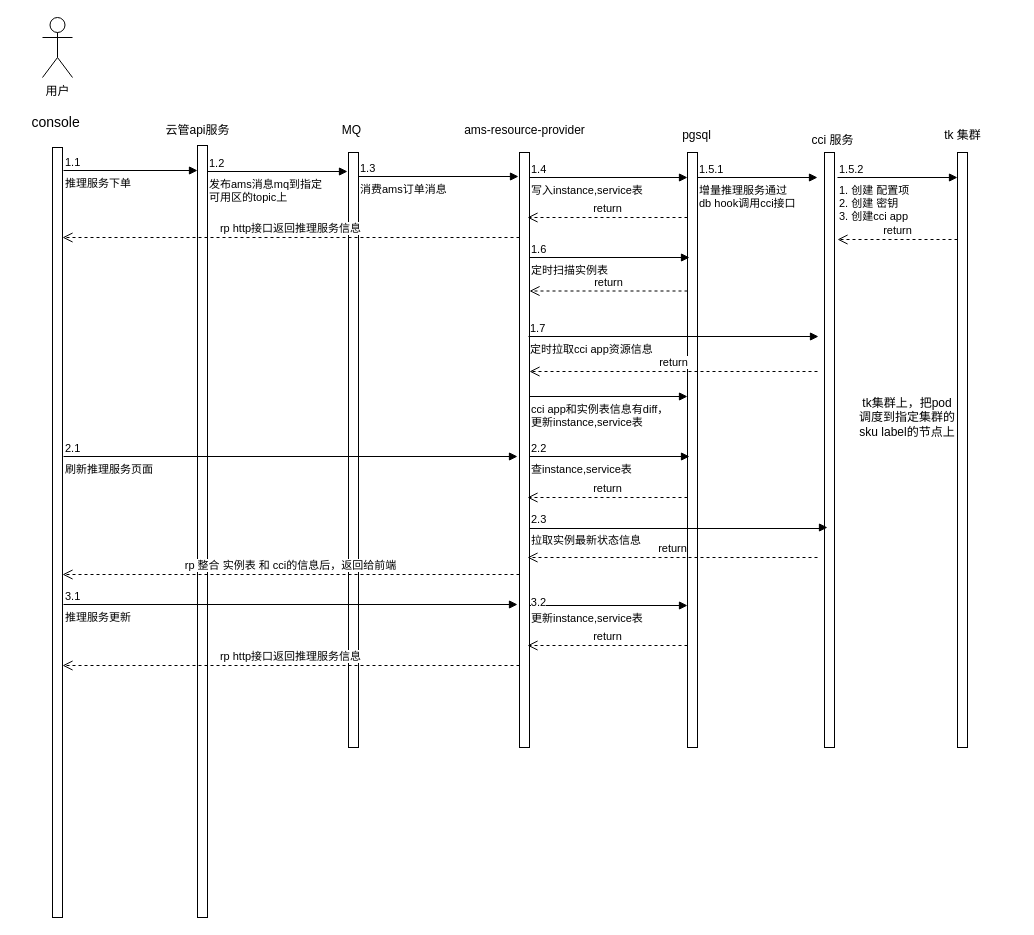
wangshujuan/PostImage keeps this draw.io diagram as 未命名绘图.drawio. Above is the earlier version. Source tidied: cells renumbered, new cells numbered last; positions are measured from the earlier drawing's top-left corner, leaving out a move shared by most shapes. Both pictures are drawn from the tidied source at 100%, with x=0, y=0 at pixel (17, 17).
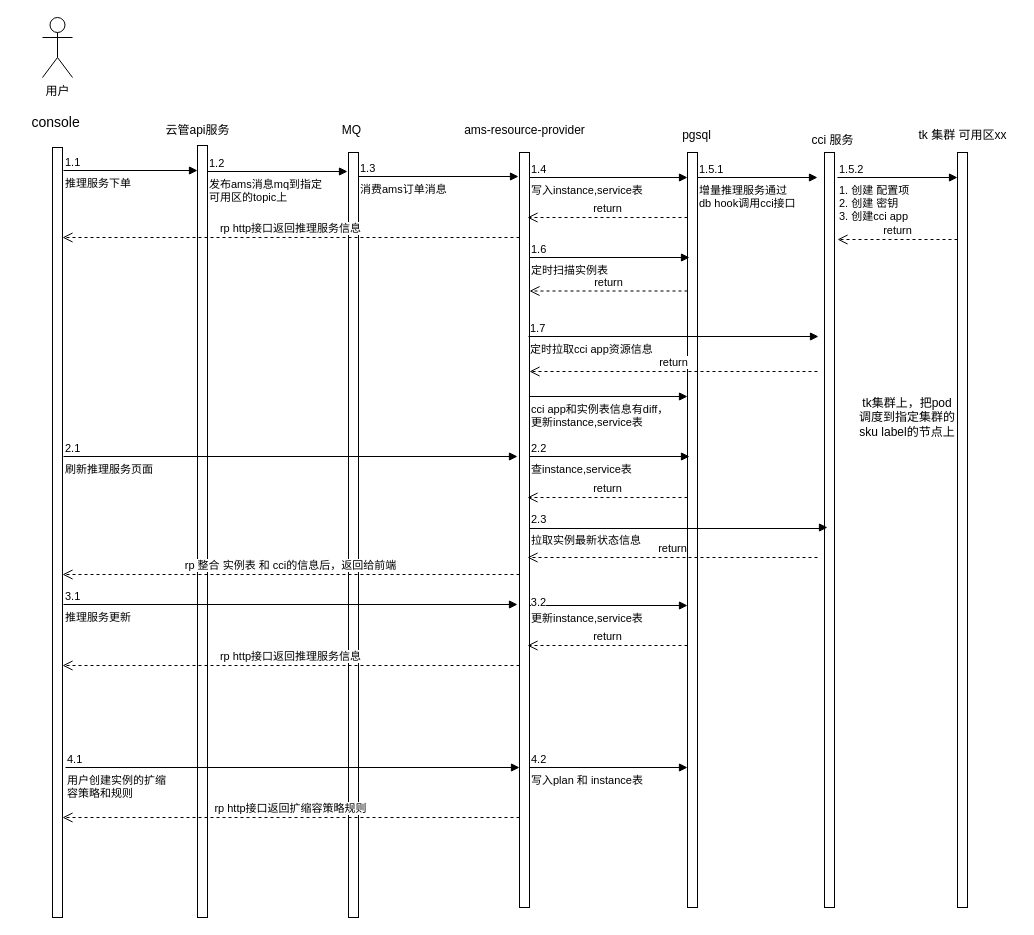
After the change.

Commit message:
更新未命名绘图.drawio

Change to the diagram source:
```diff
@@
     <mxCell id="5" style="html=1;perimeter=orthogonalPerimeter;targetShapes=umlLifeline;newEdgeStyle={&quot;curved&quot;:0,&quot;rounded&quot;:0};" parent="1" vertex="1">
-      <mxGeometry x="331" y="135" width="10" height="595" as="geometry" />
+      <mxGeometry x="331" y="135" width="10" height="765" as="geometry" />
     </mxCell>
@@
     <mxCell id="9" style="html=1;perimeter=orthogonalPerimeter;targetShapes=umlLifeline;newEdgeStyle={&quot;curved&quot;:0,&quot;rounded&quot;:0};" parent="1" vertex="1">
-      <mxGeometry x="502" y="135" width="10" height="595" as="geometry" />
+      <mxGeometry x="502" y="135" width="10" height="755" as="geometry" />
     </mxCell>
@@
     <mxCell id="13" style="html=1;points=[[0,0,0,0,5],[0,1,0,0,-5],[1,0,0,0,5],[1,1,0,0,-5]];perimeter=orthogonalPerimeter;outlineConnect=0;targetShapes=umlLifeline;portConstraint=eastwest;newEdgeStyle={&quot;curved&quot;:0,&quot;rounded&quot;:0};" parent="1" vertex="1">
-      <mxGeometry x="670" y="135" width="10" height="595" as="geometry" />
+      <mxGeometry x="670" y="135" width="10" height="755" as="geometry" />
     </mxCell>
@@
     <mxCell id="22" style="html=1;perimeter=orthogonalPerimeter;targetShapes=umlLifeline;newEdgeStyle={&quot;curved&quot;:0,&quot;rounded&quot;:0};" parent="1" vertex="1">
-      <mxGeometry x="807" y="135" width="10" height="595" as="geometry" />
+      <mxGeometry x="807" y="135" width="10" height="755" as="geometry" />
     </mxCell>
@@
     <mxCell id="26" style="html=1;perimeter=orthogonalPerimeter;targetShapes=umlLifeline;newEdgeStyle={&quot;curved&quot;:0,&quot;rounded&quot;:0};" parent="1" vertex="1">
-      <mxGeometry x="940" y="135" width="10" height="595" as="geometry" />
+      <mxGeometry x="940" y="135" width="10" height="755" as="geometry" />
     </mxCell>
@@
-    <mxCell id="29" value="tk 集群" style="text;html=1;align=center;verticalAlign=middle;strokeColor=none;fillColor=none;" parent="1" vertex="1">
-      <mxGeometry x="915" y="103" width="60" height="30" as="geometry" />
+    <mxCell id="29" value="tk 集群 可用区xx" style="text;html=1;align=center;verticalAlign=middle;strokeColor=none;fillColor=none;" parent="1" vertex="1">
+      <mxGeometry x="890" y="103" width="110" height="30" as="geometry" />
     </mxCell>
@@
+    <mxCell id="55" value="用户创建实例的扩缩&lt;br&gt;容策略和规则" style="endArrow=block;endFill=1;html=1;edgeStyle=orthogonalEdgeStyle;align=left;verticalAlign=top;rounded=0;" parent="1" edge="1">
+      <mxGeometry x="-1" relative="1" as="geometry">
+        <mxPoint x="48" y="750" as="sourcePoint" />
+        <mxPoint x="502" y="750" as="targetPoint" />
+      </mxGeometry>
+    </mxCell>
+    <mxCell id="56" value="4.1" style="edgeLabel;html=1;align=left;verticalAlign=bottom;" parent="55" vertex="1">
+      <mxGeometry x="-1" relative="1" as="geometry" />
+    </mxCell>
+    <mxCell id="57" value="写入plan 和 instance表" style="endArrow=block;endFill=1;html=1;edgeStyle=orthogonalEdgeStyle;align=left;verticalAlign=top;rounded=0;" parent="1" edge="1">
+      <mxGeometry x="-1" relative="1" as="geometry">
+        <mxPoint x="512" y="750" as="sourcePoint" />
+        <mxPoint x="670" y="750" as="targetPoint" />
+      </mxGeometry>
+    </mxCell>
+    <mxCell id="58" value="4.2" style="edgeLabel;html=1;align=left;verticalAlign=bottom;" parent="57" vertex="1">
+      <mxGeometry x="-1" relative="1" as="geometry" />
+    </mxCell>
+    <mxCell id="59" value="rp http接口返回扩缩容策略规则" style="html=1;verticalAlign=bottom;endArrow=open;dashed=1;endSize=8;curved=0;rounded=0;" parent="1" edge="1">
+      <mxGeometry relative="1" as="geometry">
+        <mxPoint x="502" y="800" as="sourcePoint" />
+        <mxPoint x="45" y="800" as="targetPoint" />
+      </mxGeometry>
+    </mxCell>
```
